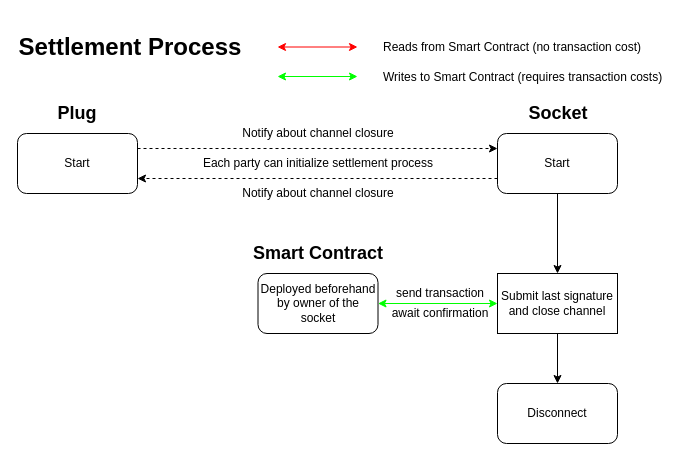
gretzke/Blockchain-Based-Smart-Outlet keeps this draw.io diagram as page "settlement_process" (4 of 4) of flowcharts/Plug-Socket.drawio. Above is the earlier version. Source tidied: cells renumbered, new cells numbered last; positions are measured from the earlier drawing's top-left corner, leaving out a move shared by most shapes. Both pictures are drawn from the tidied source at 100%, with x=0, y=0 at pixel (17, 37).
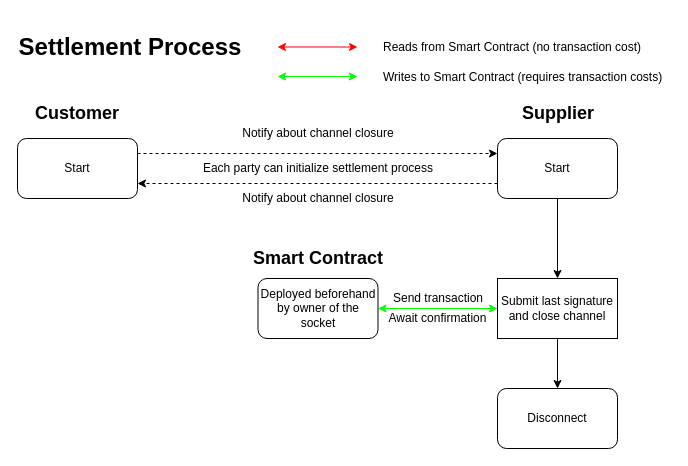
After the change.

Diff of the diagram source:
```diff
@@
-    <mxCell id="2" value="&lt;b&gt;&lt;font style=&quot;font-size: 18px&quot;&gt;Plug&lt;/font&gt;&lt;/b&gt;&lt;br&gt;" style="text;html=1;strokeColor=none;fillColor=none;align=center;verticalAlign=middle;whiteSpace=wrap;rounded=0;" parent="1" vertex="1">
+    <mxCell id="2" value="&lt;b&gt;&lt;font style=&quot;font-size: 18px&quot;&gt;Customer&lt;/font&gt;&lt;/b&gt;&lt;br&gt;" style="text;html=1;strokeColor=none;fillColor=none;align=center;verticalAlign=middle;whiteSpace=wrap;rounded=0;" parent="1" vertex="1">
       <mxGeometry x="40" y="66" width="40" height="20" as="geometry" />
     </mxCell>
-    <mxCell id="3" value="&lt;b&gt;&lt;font style=&quot;font-size: 18px&quot;&gt;Socket&lt;/font&gt;&lt;/b&gt;&lt;br&gt;" style="text;html=1;strokeColor=none;fillColor=none;align=center;verticalAlign=middle;whiteSpace=wrap;rounded=0;" parent="1" vertex="1">
+    <mxCell id="3" value="&lt;b&gt;&lt;font style=&quot;font-size: 18px&quot;&gt;Supplier&lt;/font&gt;&lt;/b&gt;&lt;br&gt;" style="text;html=1;strokeColor=none;fillColor=none;align=center;verticalAlign=middle;whiteSpace=wrap;rounded=0;" parent="1" vertex="1">
       <mxGeometry x="521" y="66" width="40" height="20" as="geometry" />
     </mxCell>
@@
     <mxCell id="5" value="Start&lt;br&gt;" style="rounded=1;whiteSpace=wrap;html=1;" parent="1" vertex="1">
-      <mxGeometry y="96" width="120" height="60" as="geometry" />
+      <mxGeometry y="101" width="120" height="60" as="geometry" />
     </mxCell>
@@
     <mxCell id="8" value="Start" style="rounded=1;whiteSpace=wrap;html=1;" parent="1" vertex="1">
-      <mxGeometry x="480" y="96" width="120" height="60" as="geometry" />
+      <mxGeometry x="480" y="101" width="120" height="60" as="geometry" />
     </mxCell>
@@
     <mxCell id="11" value="Notify about channel closure" style="text;html=1;strokeColor=none;fillColor=none;align=center;verticalAlign=middle;whiteSpace=wrap;rounded=0;" parent="1" vertex="1">
-      <mxGeometry x="185.5" y="146" width="230" height="20" as="geometry" />
+      <mxGeometry x="185.5" y="151" width="230" height="20" as="geometry" />
     </mxCell>
     <mxCell id="12" value="Each party can initialize settlement process" style="text;html=1;strokeColor=none;fillColor=none;align=center;verticalAlign=middle;whiteSpace=wrap;rounded=0;" parent="1" vertex="1">
-      <mxGeometry x="160.5" y="116" width="280" height="20" as="geometry" />
+      <mxGeometry x="160.5" y="121" width="280" height="20" as="geometry" />
     </mxCell>
     <mxCell id="13" value="Deployed beforehand by owner of the socket&lt;br&gt;" style="rounded=1;whiteSpace=wrap;html=1;" parent="1" vertex="1">
-      <mxGeometry x="240.5" y="236" width="120" height="60" as="geometry" />
+      <mxGeometry x="240.5" y="241" width="120" height="60" as="geometry" />
     </mxCell>
     <mxCell id="14" value="&lt;font style=&quot;font-size: 18px&quot;&gt;&lt;b&gt;Smart Contract&lt;/b&gt;&lt;/font&gt;" style="text;html=1;strokeColor=none;fillColor=none;align=center;verticalAlign=middle;whiteSpace=wrap;rounded=0;" parent="1" vertex="1">
-      <mxGeometry x="225.5" y="206" width="150" height="20" as="geometry" />
+      <mxGeometry x="225.5" y="211" width="150" height="20" as="geometry" />
     </mxCell>
@@
     <mxCell id="17" value="Submit last signature and close channel" style="rounded=0;whiteSpace=wrap;html=1;" parent="1" vertex="1">
-      <mxGeometry x="480" y="236" width="120" height="60" as="geometry" />
+      <mxGeometry x="480" y="241" width="120" height="60" as="geometry" />
     </mxCell>
@@
-    <mxCell id="22" value="send transaction" style="text;html=1;strokeColor=none;fillColor=none;align=center;verticalAlign=middle;whiteSpace=wrap;rounded=0;" parent="1" vertex="1">
-      <mxGeometry x="373" y="246" width="100" height="20" as="geometry" />
+    <mxCell id="22" value="Send transaction" style="text;html=1;strokeColor=none;fillColor=none;align=center;verticalAlign=middle;whiteSpace=wrap;rounded=0;" parent="1" vertex="1">
+      <mxGeometry x="370.5" y="251" width="100" height="20" as="geometry" />
     </mxCell>
-    <mxCell id="23" value="await confirmation" style="text;html=1;strokeColor=none;fillColor=none;align=center;verticalAlign=middle;whiteSpace=wrap;rounded=0;" parent="1" vertex="1">
-      <mxGeometry x="373" y="266" width="100" height="20" as="geometry" />
+    <mxCell id="23" value="Await confirmation" style="text;html=1;strokeColor=none;fillColor=none;align=center;verticalAlign=middle;whiteSpace=wrap;rounded=0;" parent="1" vertex="1">
+      <mxGeometry x="367" y="271" width="107" height="20" as="geometry" />
     </mxCell>
     <mxCell id="24" value="Disconnect" style="rounded=1;whiteSpace=wrap;html=1;" parent="1" vertex="1">
-      <mxGeometry x="480" y="346" width="120" height="60" as="geometry" />
+      <mxGeometry x="480" y="351" width="120" height="60" as="geometry" />
     </mxCell>
```
